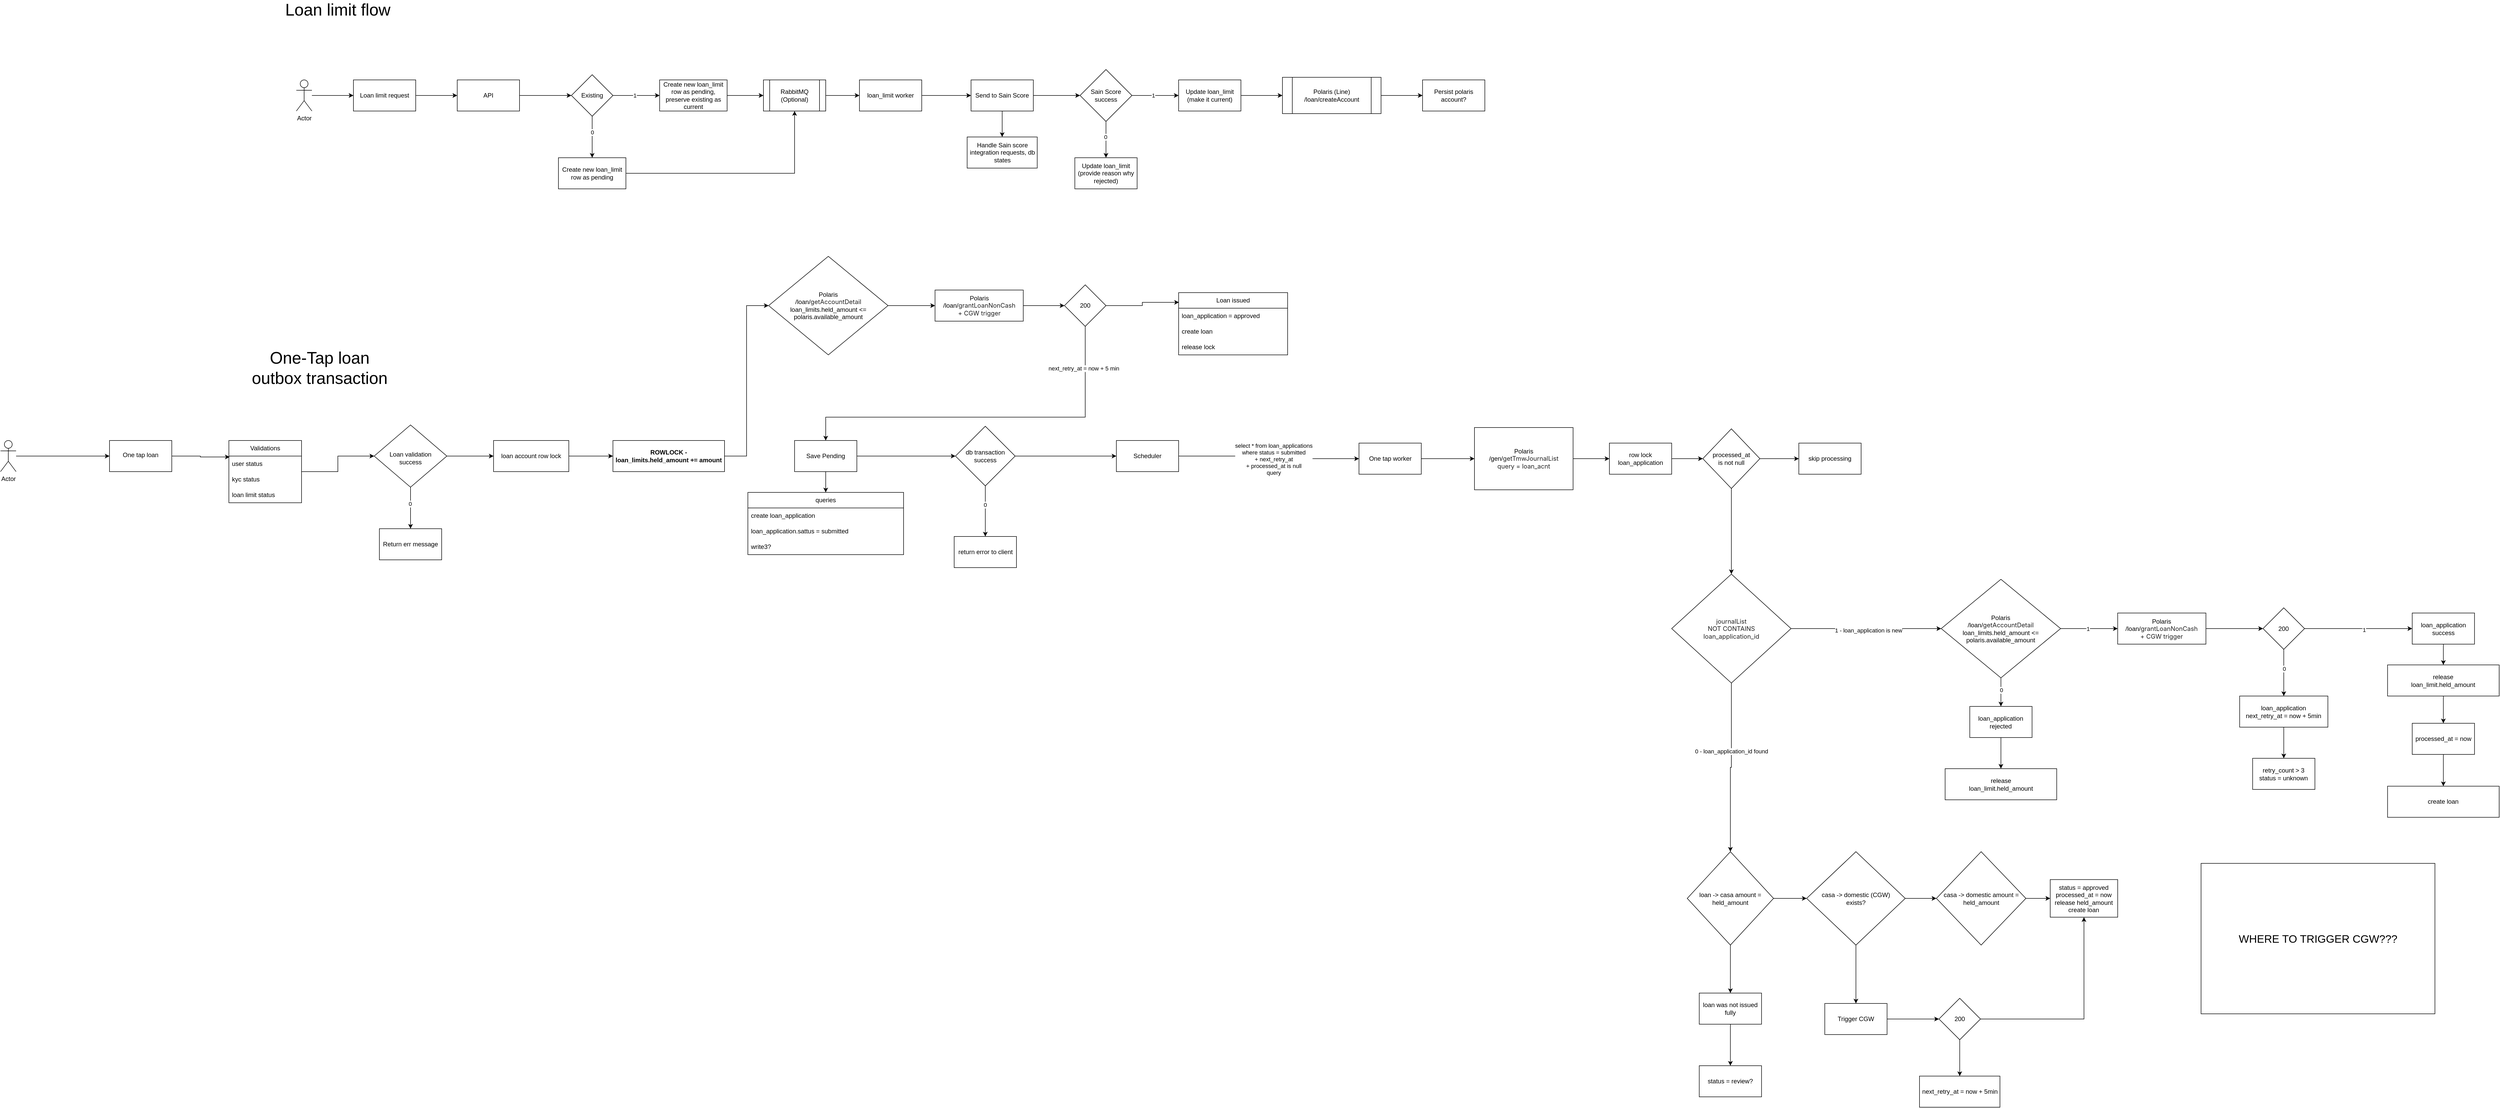
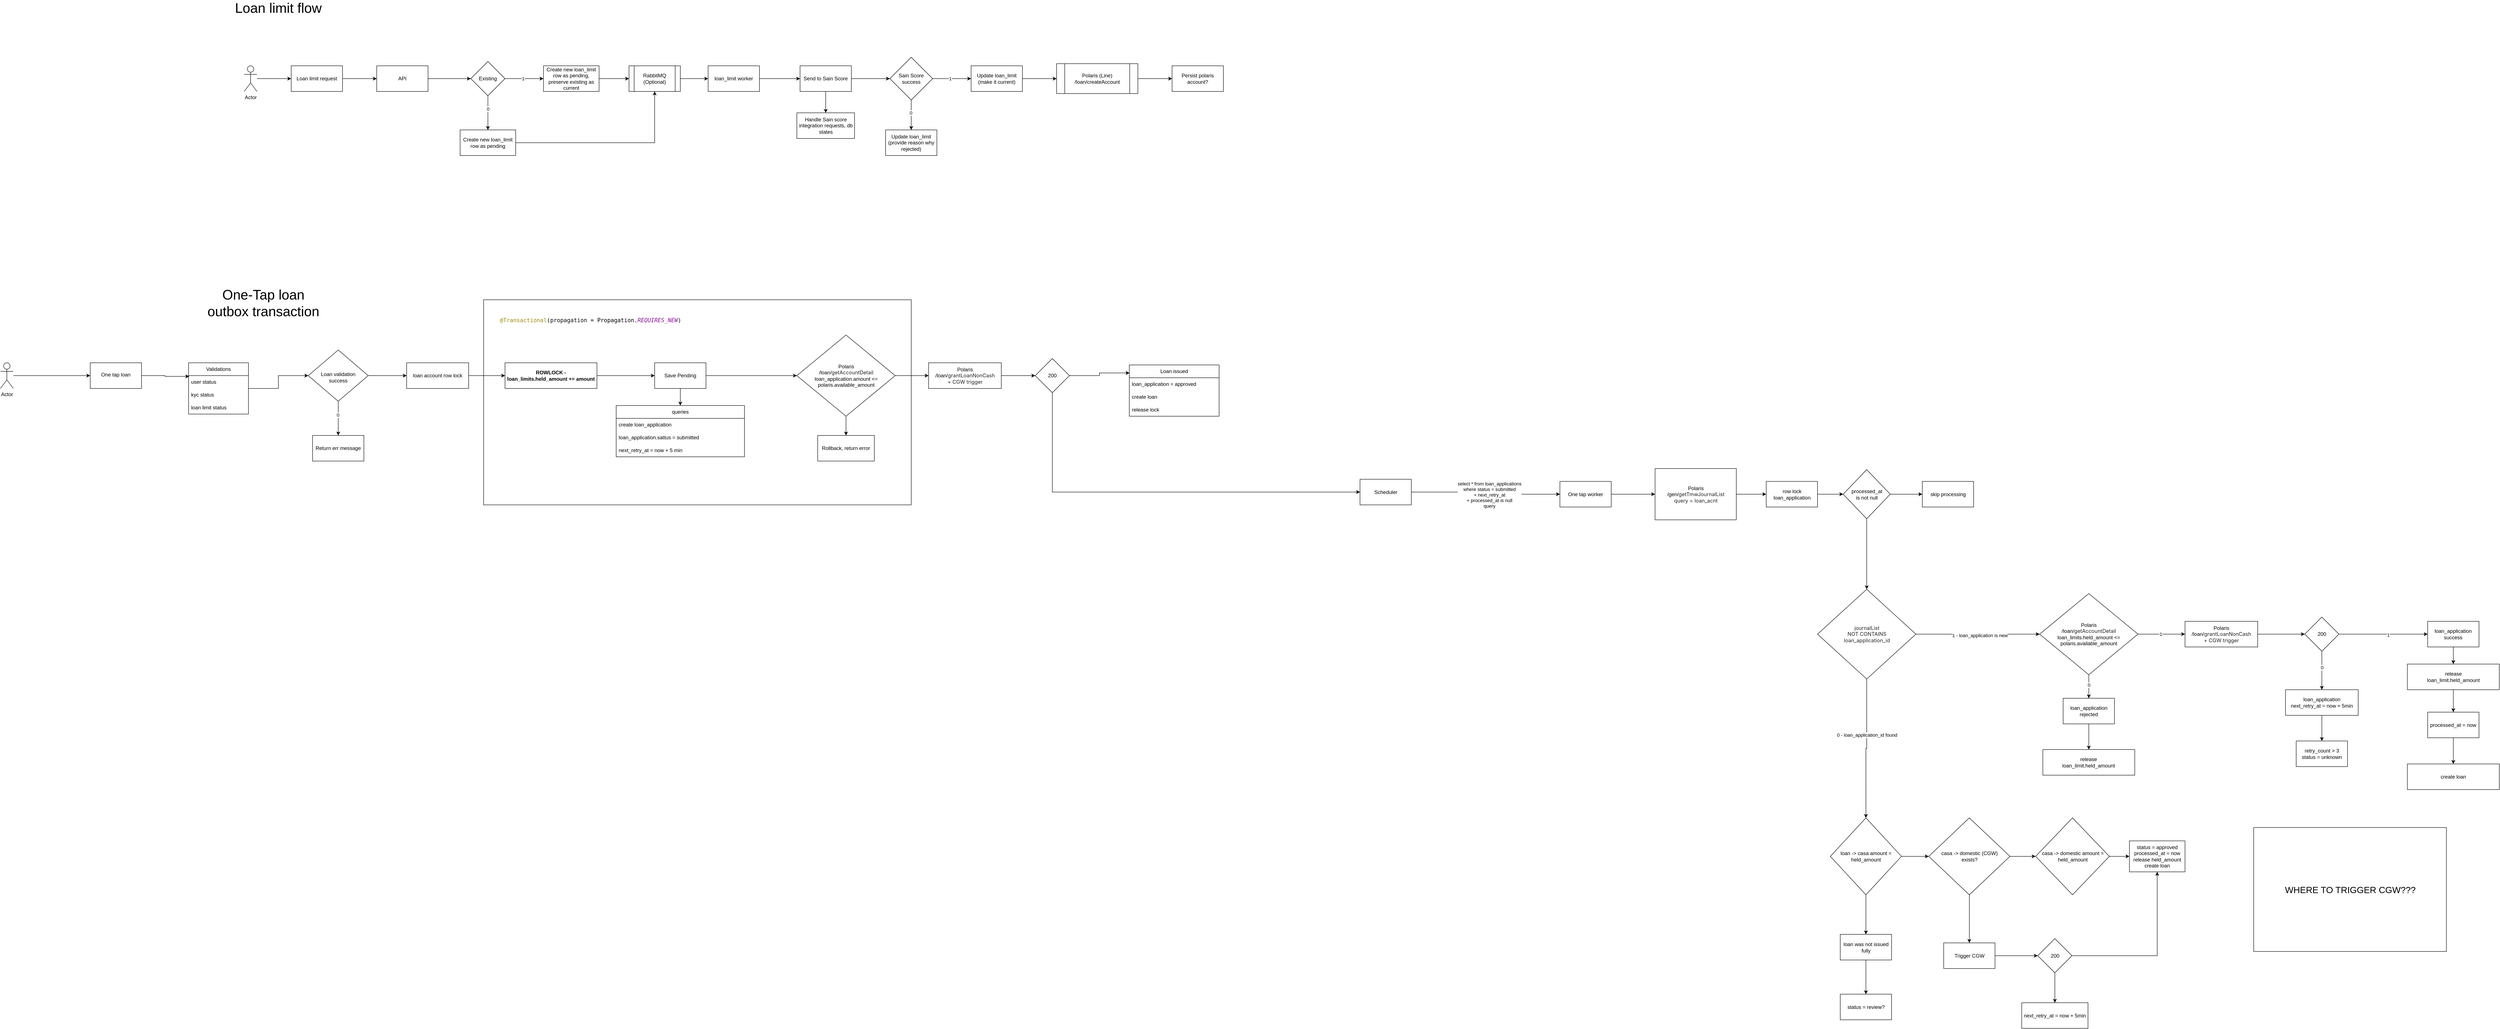
<mxfile host="app.diagrams.net">
  <diagram name="Page-1" id="VCBSuIh8bz7kurrQ0Zaz">
-     <mxGraphModel dx="2189" dy="783" grid="1" gridSize="10" guides="1" tooltips="1" connect="1" arrows="1" fold="1" page="1" pageScale="1" pageWidth="850" pageHeight="1100" math="0" shadow="0">
+     <mxGraphModel dx="2259" dy="824" grid="1" gridSize="10" guides="1" tooltips="1" connect="1" arrows="1" fold="1" page="1" pageScale="1" pageWidth="850" pageHeight="1100" math="0" shadow="0">
      <root>
        <mxCell id="0" />
        <mxCell id="1" parent="0" />
+         <mxCell id="In8fDh9ZLN2M87an2Miy-172" parent="1" style="rounded=0;whiteSpace=wrap;html=1;" value="" vertex="1">
+           <mxGeometry height="480" width="1000" x="600" y="757.5" as="geometry" />
+         </mxCell>
        <mxCell id="KqixbsF9o6dLofBvsG9t-5" edge="1" parent="1" source="KqixbsF9o6dLofBvsG9t-1" style="edgeStyle=orthogonalEdgeStyle;rounded=0;orthogonalLoop=1;jettySize=auto;html=1;" target="KqixbsF9o6dLofBvsG9t-4" value="">
          <mxGeometry relative="1" as="geometry" />
        </mxCell>
        <mxCell id="KqixbsF9o6dLofBvsG9t-1" parent="1" style="rounded=0;whiteSpace=wrap;html=1;" value="Loan limit request" vertex="1">
          <mxGeometry height="60" width="120" x="150" y="210" as="geometry" />
        </mxCell>
        <mxCell id="KqixbsF9o6dLofBvsG9t-3" edge="1" parent="1" source="KqixbsF9o6dLofBvsG9t-2" style="edgeStyle=orthogonalEdgeStyle;rounded=0;orthogonalLoop=1;jettySize=auto;html=1;" target="KqixbsF9o6dLofBvsG9t-1" value="">
          <mxGeometry relative="1" as="geometry" />
        </mxCell>
        <mxCell id="KqixbsF9o6dLofBvsG9t-2" parent="1" style="shape=umlActor;verticalLabelPosition=bottom;verticalAlign=top;html=1;outlineConnect=0;" value="Actor" vertex="1">
          <mxGeometry height="60" width="30" x="40" y="210" as="geometry" />
        </mxCell>
        <mxCell id="KqixbsF9o6dLofBvsG9t-9" edge="1" parent="1" source="KqixbsF9o6dLofBvsG9t-4" style="edgeStyle=orthogonalEdgeStyle;rounded=0;orthogonalLoop=1;jettySize=auto;html=1;" target="KqixbsF9o6dLofBvsG9t-8" value="">
          <mxGeometry relative="1" as="geometry" />
        </mxCell>
        <mxCell id="KqixbsF9o6dLofBvsG9t-4" parent="1" style="rounded=0;whiteSpace=wrap;html=1;" value="API" vertex="1">
          <mxGeometry height="60" width="120" x="350" y="210" as="geometry" />
        </mxCell>
        <mxCell id="KqixbsF9o6dLofBvsG9t-11" edge="1" parent="1" source="KqixbsF9o6dLofBvsG9t-8" style="edgeStyle=orthogonalEdgeStyle;rounded=0;orthogonalLoop=1;jettySize=auto;html=1;" target="KqixbsF9o6dLofBvsG9t-10" value="">
          <mxGeometry relative="1" as="geometry" />
        </mxCell>
        <mxCell id="KqixbsF9o6dLofBvsG9t-12" connectable="0" parent="KqixbsF9o6dLofBvsG9t-11" style="edgeLabel;html=1;align=center;verticalAlign=middle;resizable=0;points=[];" value="1" vertex="1">
          <mxGeometry relative="1" x="-0.079" as="geometry">
            <mxPoint as="offset" />
          </mxGeometry>
        </mxCell>
        <mxCell id="KqixbsF9o6dLofBvsG9t-14" edge="1" parent="1" source="KqixbsF9o6dLofBvsG9t-8" style="edgeStyle=orthogonalEdgeStyle;rounded=0;orthogonalLoop=1;jettySize=auto;html=1;" target="KqixbsF9o6dLofBvsG9t-13" value="">
          <mxGeometry relative="1" as="geometry" />
        </mxCell>
        <mxCell id="KqixbsF9o6dLofBvsG9t-15" connectable="0" parent="KqixbsF9o6dLofBvsG9t-14" style="edgeLabel;html=1;align=center;verticalAlign=middle;resizable=0;points=[];" value="0" vertex="1">
          <mxGeometry relative="1" x="-0.2407" as="geometry">
            <mxPoint as="offset" />
          </mxGeometry>
        </mxCell>
        <mxCell id="KqixbsF9o6dLofBvsG9t-8" parent="1" style="rhombus;whiteSpace=wrap;html=1;rounded=0;" value="Existing" vertex="1">
          <mxGeometry height="80" width="80" x="570" y="200" as="geometry" />
        </mxCell>
        <mxCell id="KqixbsF9o6dLofBvsG9t-23" edge="1" parent="1" source="KqixbsF9o6dLofBvsG9t-10" style="edgeStyle=orthogonalEdgeStyle;rounded=0;orthogonalLoop=1;jettySize=auto;html=1;" target="KqixbsF9o6dLofBvsG9t-22" value="">
          <mxGeometry relative="1" as="geometry" />
        </mxCell>
        <mxCell id="KqixbsF9o6dLofBvsG9t-10" parent="1" style="whiteSpace=wrap;html=1;rounded=0;" value="Create new loan_limit row as pending, preserve existing as current" vertex="1">
          <mxGeometry height="60" width="130" x="740" y="210" as="geometry" />
        </mxCell>
        <mxCell id="KqixbsF9o6dLofBvsG9t-26" edge="1" parent="1" source="KqixbsF9o6dLofBvsG9t-13" style="edgeStyle=orthogonalEdgeStyle;rounded=0;orthogonalLoop=1;jettySize=auto;html=1;entryX=0.5;entryY=1;entryDx=0;entryDy=0;" target="KqixbsF9o6dLofBvsG9t-22">
          <mxGeometry relative="1" as="geometry" />
        </mxCell>
        <mxCell id="KqixbsF9o6dLofBvsG9t-13" parent="1" style="whiteSpace=wrap;html=1;rounded=0;" value="Create new loan_limit row as pending" vertex="1">
          <mxGeometry height="60" width="130" x="545" y="360" as="geometry" />
        </mxCell>
        <mxCell id="KqixbsF9o6dLofBvsG9t-25" edge="1" parent="1" source="KqixbsF9o6dLofBvsG9t-22" style="edgeStyle=orthogonalEdgeStyle;rounded=0;orthogonalLoop=1;jettySize=auto;html=1;" target="KqixbsF9o6dLofBvsG9t-24" value="">
          <mxGeometry relative="1" as="geometry" />
        </mxCell>
        <mxCell id="KqixbsF9o6dLofBvsG9t-22" parent="1" style="shape=process;whiteSpace=wrap;html=1;backgroundOutline=1;rounded=0;" value="RabbitMQ (Optional)" vertex="1">
          <mxGeometry height="60" width="120" x="940" y="210" as="geometry" />
        </mxCell>
        <mxCell id="KqixbsF9o6dLofBvsG9t-28" edge="1" parent="1" source="KqixbsF9o6dLofBvsG9t-24" style="edgeStyle=orthogonalEdgeStyle;rounded=0;orthogonalLoop=1;jettySize=auto;html=1;" target="KqixbsF9o6dLofBvsG9t-27" value="">
          <mxGeometry relative="1" as="geometry" />
        </mxCell>
        <mxCell id="KqixbsF9o6dLofBvsG9t-24" parent="1" style="whiteSpace=wrap;html=1;rounded=0;" value="loan_limit worker" vertex="1">
          <mxGeometry height="60" width="120" x="1125" y="210" as="geometry" />
        </mxCell>
        <mxCell id="KqixbsF9o6dLofBvsG9t-30" edge="1" parent="1" source="KqixbsF9o6dLofBvsG9t-27" style="edgeStyle=orthogonalEdgeStyle;rounded=0;orthogonalLoop=1;jettySize=auto;html=1;" target="KqixbsF9o6dLofBvsG9t-29" value="">
          <mxGeometry relative="1" as="geometry" />
        </mxCell>
        <mxCell id="KqixbsF9o6dLofBvsG9t-38" edge="1" parent="1" source="KqixbsF9o6dLofBvsG9t-27" style="edgeStyle=orthogonalEdgeStyle;rounded=0;orthogonalLoop=1;jettySize=auto;html=1;" target="KqixbsF9o6dLofBvsG9t-37" value="">
          <mxGeometry relative="1" as="geometry" />
        </mxCell>
        <mxCell id="KqixbsF9o6dLofBvsG9t-27" parent="1" style="whiteSpace=wrap;html=1;rounded=0;" value="Send to Sain Score" vertex="1">
          <mxGeometry height="60" width="120" x="1340" y="210" as="geometry" />
        </mxCell>
        <mxCell id="KqixbsF9o6dLofBvsG9t-32" edge="1" parent="1" source="KqixbsF9o6dLofBvsG9t-29" style="edgeStyle=orthogonalEdgeStyle;rounded=0;orthogonalLoop=1;jettySize=auto;html=1;" target="KqixbsF9o6dLofBvsG9t-31" value="">
          <mxGeometry relative="1" as="geometry" />
        </mxCell>
        <mxCell id="KqixbsF9o6dLofBvsG9t-33" connectable="0" parent="KqixbsF9o6dLofBvsG9t-32" style="edgeLabel;html=1;align=center;verticalAlign=middle;resizable=0;points=[];" value="1" vertex="1">
          <mxGeometry relative="1" x="-0.1048" as="geometry">
            <mxPoint as="offset" />
          </mxGeometry>
        </mxCell>
        <mxCell id="KqixbsF9o6dLofBvsG9t-35" edge="1" parent="1" source="KqixbsF9o6dLofBvsG9t-29" style="edgeStyle=orthogonalEdgeStyle;rounded=0;orthogonalLoop=1;jettySize=auto;html=1;" target="KqixbsF9o6dLofBvsG9t-34" value="">
          <mxGeometry relative="1" as="geometry" />
        </mxCell>
        <mxCell id="KqixbsF9o6dLofBvsG9t-36" connectable="0" parent="KqixbsF9o6dLofBvsG9t-35" style="edgeLabel;html=1;align=center;verticalAlign=middle;resizable=0;points=[];" value="0" vertex="1">
          <mxGeometry relative="1" x="-0.1429" y="-1" as="geometry">
            <mxPoint as="offset" />
          </mxGeometry>
        </mxCell>
        <mxCell id="KqixbsF9o6dLofBvsG9t-29" parent="1" style="rhombus;whiteSpace=wrap;html=1;rounded=0;" value="Sain Score success" vertex="1">
          <mxGeometry height="100" width="100" x="1550" y="190" as="geometry" />
        </mxCell>
        <mxCell id="KqixbsF9o6dLofBvsG9t-66" edge="1" parent="1" source="KqixbsF9o6dLofBvsG9t-31" style="edgeStyle=orthogonalEdgeStyle;rounded=0;orthogonalLoop=1;jettySize=auto;html=1;" target="KqixbsF9o6dLofBvsG9t-65" value="">
          <mxGeometry relative="1" as="geometry" />
        </mxCell>
        <mxCell id="KqixbsF9o6dLofBvsG9t-31" parent="1" style="whiteSpace=wrap;html=1;rounded=0;" value="Update loan_limit (make it current)" vertex="1">
          <mxGeometry height="60" width="120" x="1740" y="210" as="geometry" />
        </mxCell>
        <mxCell id="KqixbsF9o6dLofBvsG9t-34" parent="1" style="whiteSpace=wrap;html=1;rounded=0;" value="Update loan_limit&lt;br&gt;(provide reason why rejected)" vertex="1">
          <mxGeometry height="60" width="120" x="1540" y="360" as="geometry" />
        </mxCell>
        <mxCell id="KqixbsF9o6dLofBvsG9t-37" parent="1" style="whiteSpace=wrap;html=1;rounded=0;" value="Handle Sain score integration requests, db states" vertex="1">
          <mxGeometry height="60" width="135" x="1332.5" y="320" as="geometry" />
        </mxCell>
        <mxCell id="KqixbsF9o6dLofBvsG9t-40" parent="1" style="text;html=1;whiteSpace=wrap;strokeColor=none;fillColor=none;align=center;verticalAlign=middle;rounded=0;fontSize=32;" value="Loan limit flow" vertex="1">
          <mxGeometry height="30" width="260" x="-10" y="60" as="geometry" />
        </mxCell>
        <mxCell id="KqixbsF9o6dLofBvsG9t-74" edge="1" parent="1" source="KqixbsF9o6dLofBvsG9t-65" style="edgeStyle=orthogonalEdgeStyle;rounded=0;orthogonalLoop=1;jettySize=auto;html=1;" target="KqixbsF9o6dLofBvsG9t-73" value="">
          <mxGeometry relative="1" as="geometry" />
        </mxCell>
        <mxCell id="KqixbsF9o6dLofBvsG9t-65" parent="1" style="shape=process;whiteSpace=wrap;html=1;backgroundOutline=1;rounded=0;" value="Polaris (Line)&lt;br&gt;/loan/createAccount" vertex="1">
          <mxGeometry height="70" width="190" x="1940" y="205" as="geometry" />
        </mxCell>
        <mxCell id="KqixbsF9o6dLofBvsG9t-73" parent="1" style="whiteSpace=wrap;html=1;rounded=0;" value="Persist polaris account?" vertex="1">
          <mxGeometry height="60" width="120" x="2210" y="210" as="geometry" />
        </mxCell>
        <mxCell id="U8Ajh8Gpa-m2DNKNFQys-1" parent="1" style="text;html=1;whiteSpace=wrap;strokeColor=none;fillColor=none;align=center;verticalAlign=middle;rounded=0;fontSize=32;" value="One-Tap loan&lt;br&gt;outbox transaction" vertex="1">
          <mxGeometry height="30" width="470" x="-150" y="750" as="geometry" />
        </mxCell>
        <mxCell id="In8fDh9ZLN2M87an2Miy-1" edge="1" parent="1" source="In8fDh9ZLN2M87an2Miy-2" style="edgeStyle=orthogonalEdgeStyle;rounded=0;orthogonalLoop=1;jettySize=auto;html=1;" target="In8fDh9ZLN2M87an2Miy-4" value="">
          <mxGeometry relative="1" as="geometry" />
        </mxCell>
        <mxCell id="In8fDh9ZLN2M87an2Miy-2" parent="1" style="shape=umlActor;verticalLabelPosition=bottom;verticalAlign=top;html=1;outlineConnect=0;" value="Actor" vertex="1">
          <mxGeometry height="60" width="30" x="-530" y="905" as="geometry" />
        </mxCell>
        <mxCell id="In8fDh9ZLN2M87an2Miy-3" edge="1" parent="1" source="In8fDh9ZLN2M87an2Miy-4" style="edgeStyle=orthogonalEdgeStyle;rounded=0;orthogonalLoop=1;jettySize=auto;html=1;entryX=0.011;entryY=0.06;entryDx=0;entryDy=0;entryPerimeter=0;" target="In8fDh9ZLN2M87an2Miy-28" value="">
          <mxGeometry relative="1" as="geometry">
            <mxPoint x="-110" y="935" as="targetPoint" />
          </mxGeometry>
        </mxCell>
        <mxCell id="In8fDh9ZLN2M87an2Miy-4" parent="1" style="whiteSpace=wrap;html=1;verticalAlign=top;" value="&lt;div&gt;&lt;br&gt;&lt;/div&gt;&lt;div&gt;One tap loan&lt;/div&gt;" vertex="1">
          <mxGeometry height="60" width="120" x="-320" y="905" as="geometry" />
        </mxCell>
        <mxCell id="In8fDh9ZLN2M87an2Miy-7" edge="1" parent="1" source="In8fDh9ZLN2M87an2Miy-9" style="edgeStyle=orthogonalEdgeStyle;rounded=0;orthogonalLoop=1;jettySize=auto;html=1;" target="In8fDh9ZLN2M87an2Miy-13" value="">
          <mxGeometry relative="1" as="geometry" />
        </mxCell>
        <mxCell id="In8fDh9ZLN2M87an2Miy-8" connectable="0" parent="In8fDh9ZLN2M87an2Miy-7" style="edgeLabel;html=1;align=center;verticalAlign=middle;resizable=0;points=[];" value="0" vertex="1">
          <mxGeometry relative="1" x="-0.2091" y="-1" as="geometry">
            <mxPoint as="offset" />
          </mxGeometry>
        </mxCell>
        <mxCell id="In8fDh9ZLN2M87an2Miy-163" edge="1" parent="1" source="In8fDh9ZLN2M87an2Miy-9" style="edgeStyle=orthogonalEdgeStyle;rounded=0;orthogonalLoop=1;jettySize=auto;html=1;entryX=0;entryY=0.5;entryDx=0;entryDy=0;" target="In8fDh9ZLN2M87an2Miy-161">
          <mxGeometry relative="1" as="geometry" />
        </mxCell>
        <mxCell id="In8fDh9ZLN2M87an2Miy-9" parent="1" style="rhombus;whiteSpace=wrap;html=1;verticalAlign=top;" value="&lt;br&gt;&lt;br&gt;&lt;div&gt;&lt;br&gt;&lt;/div&gt;&lt;div&gt;Loan validation&lt;br&gt;success&lt;/div&gt;" vertex="1">
          <mxGeometry height="120" width="140" x="190" y="875" as="geometry" />
        </mxCell>
        <mxCell id="In8fDh9ZLN2M87an2Miy-10" edge="1" parent="1" source="In8fDh9ZLN2M87an2Miy-12" style="edgeStyle=orthogonalEdgeStyle;rounded=0;orthogonalLoop=1;jettySize=auto;html=1;entryX=0.5;entryY=0;entryDx=0;entryDy=0;" target="In8fDh9ZLN2M87an2Miy-14">
          <mxGeometry relative="1" as="geometry" />
        </mxCell>
        <mxCell id="In8fDh9ZLN2M87an2Miy-54" edge="1" parent="1" source="In8fDh9ZLN2M87an2Miy-105" style="edgeStyle=orthogonalEdgeStyle;rounded=0;orthogonalLoop=1;jettySize=auto;html=1;exitX=1;exitY=0.5;exitDx=0;exitDy=0;" target="In8fDh9ZLN2M87an2Miy-53" value="">
          <mxGeometry relative="1" as="geometry">
-             <mxPoint x="1830" y="940" as="sourcePoint" />
+             <mxPoint x="2859.5" y="1212.5" as="sourcePoint" />
          </mxGeometry>
        </mxCell>
        <mxCell id="In8fDh9ZLN2M87an2Miy-55" connectable="0" parent="In8fDh9ZLN2M87an2Miy-54" style="edgeLabel;html=1;align=center;verticalAlign=middle;resizable=0;points=[];" value="select * from loan_applications&lt;br&gt;where status = submitted&lt;br&gt;+ next_retry_at&lt;br&gt;+ processed_at is null&lt;br&gt;query" vertex="1">
          <mxGeometry relative="1" x="0.0637" y="-1" as="geometry">
            <mxPoint as="offset" />
          </mxGeometry>
        </mxCell>
-         <mxCell id="In8fDh9ZLN2M87an2Miy-99" edge="1" parent="1" source="In8fDh9ZLN2M87an2Miy-12" style="edgeStyle=orthogonalEdgeStyle;rounded=0;orthogonalLoop=1;jettySize=auto;html=1;" target="In8fDh9ZLN2M87an2Miy-98" value="">
+         <mxCell id="In8fDh9ZLN2M87an2Miy-173" edge="1" parent="1" source="In8fDh9ZLN2M87an2Miy-12" style="edgeStyle=orthogonalEdgeStyle;rounded=0;orthogonalLoop=1;jettySize=auto;html=1;entryX=0;entryY=0.5;entryDx=0;entryDy=0;" target="In8fDh9ZLN2M87an2Miy-152">
          <mxGeometry relative="1" as="geometry" />
        </mxCell>
        <mxCell id="In8fDh9ZLN2M87an2Miy-12" parent="1" style="whiteSpace=wrap;html=1;verticalAlign=middle;" value="Save Pending" vertex="1">
          <mxGeometry height="60" width="120" x="1000" y="905" as="geometry" />
        </mxCell>
        <mxCell id="In8fDh9ZLN2M87an2Miy-13" parent="1" style="whiteSpace=wrap;html=1;verticalAlign=middle;" value="Return err message" vertex="1">
          <mxGeometry height="60" width="120" x="200" y="1075" as="geometry" />
        </mxCell>
        <mxCell id="In8fDh9ZLN2M87an2Miy-14" parent="1" style="swimlane;fontStyle=0;childLayout=stackLayout;horizontal=1;startSize=30;horizontalStack=0;resizeParent=1;resizeParentMax=0;resizeLast=0;collapsible=1;marginBottom=0;whiteSpace=wrap;html=1;" value="queries" vertex="1">
          <mxGeometry height="120" width="300" x="910" y="1005" as="geometry" />
        </mxCell>
        <mxCell id="In8fDh9ZLN2M87an2Miy-15" parent="In8fDh9ZLN2M87an2Miy-14" style="text;strokeColor=none;fillColor=none;align=left;verticalAlign=middle;spacingLeft=4;spacingRight=4;overflow=hidden;points=[[0,0.5],[1,0.5]];portConstraint=eastwest;rotatable=0;whiteSpace=wrap;html=1;" value="create loan_application" vertex="1">
          <mxGeometry height="30" width="300" y="30" as="geometry" />
        </mxCell>
        <mxCell id="In8fDh9ZLN2M87an2Miy-104" parent="In8fDh9ZLN2M87an2Miy-14" style="text;strokeColor=none;fillColor=none;align=left;verticalAlign=middle;spacingLeft=4;spacingRight=4;overflow=hidden;points=[[0,0.5],[1,0.5]];portConstraint=eastwest;rotatable=0;whiteSpace=wrap;html=1;" value="loan_application.sattus = submitted" vertex="1">
          <mxGeometry height="30" width="300" y="60" as="geometry" />
        </mxCell>
-         <mxCell id="In8fDh9ZLN2M87an2Miy-17" parent="In8fDh9ZLN2M87an2Miy-14" style="text;strokeColor=none;fillColor=none;align=left;verticalAlign=middle;spacingLeft=4;spacingRight=4;overflow=hidden;points=[[0,0.5],[1,0.5]];portConstraint=eastwest;rotatable=0;whiteSpace=wrap;html=1;" value="write3?" vertex="1">
+         <mxCell id="In8fDh9ZLN2M87an2Miy-17" parent="In8fDh9ZLN2M87an2Miy-14" style="text;strokeColor=none;fillColor=none;align=left;verticalAlign=middle;spacingLeft=4;spacingRight=4;overflow=hidden;points=[[0,0.5],[1,0.5]];portConstraint=eastwest;rotatable=0;whiteSpace=wrap;html=1;" value="next_retry_at = now + 5 min" vertex="1">
          <mxGeometry height="30" width="300" y="90" as="geometry" />
        </mxCell>
        <mxCell id="In8fDh9ZLN2M87an2Miy-32" edge="1" parent="1" source="In8fDh9ZLN2M87an2Miy-27" style="edgeStyle=orthogonalEdgeStyle;rounded=0;orthogonalLoop=1;jettySize=auto;html=1;entryX=0;entryY=0.5;entryDx=0;entryDy=0;" target="In8fDh9ZLN2M87an2Miy-9">
          <mxGeometry relative="1" as="geometry" />
        </mxCell>
        <mxCell id="In8fDh9ZLN2M87an2Miy-27" parent="1" style="swimlane;fontStyle=0;childLayout=stackLayout;horizontal=1;startSize=30;horizontalStack=0;resizeParent=1;resizeParentMax=0;resizeLast=0;collapsible=1;marginBottom=0;whiteSpace=wrap;html=1;" value="Validations" vertex="1">
          <mxGeometry height="120" width="140" x="-90" y="905" as="geometry" />
        </mxCell>
        <mxCell id="In8fDh9ZLN2M87an2Miy-28" parent="In8fDh9ZLN2M87an2Miy-27" style="text;strokeColor=none;fillColor=none;align=left;verticalAlign=middle;spacingLeft=4;spacingRight=4;overflow=hidden;points=[[0,0.5],[1,0.5]];portConstraint=eastwest;rotatable=0;whiteSpace=wrap;html=1;" value="user status" vertex="1">
          <mxGeometry height="30" width="140" y="30" as="geometry" />
        </mxCell>
        <mxCell id="In8fDh9ZLN2M87an2Miy-29" parent="In8fDh9ZLN2M87an2Miy-27" style="text;strokeColor=none;fillColor=none;align=left;verticalAlign=middle;spacingLeft=4;spacingRight=4;overflow=hidden;points=[[0,0.5],[1,0.5]];portConstraint=eastwest;rotatable=0;whiteSpace=wrap;html=1;" value="kyc status" vertex="1">
          <mxGeometry height="30" width="140" y="60" as="geometry" />
        </mxCell>
        <mxCell id="In8fDh9ZLN2M87an2Miy-33" parent="In8fDh9ZLN2M87an2Miy-27" style="text;strokeColor=none;fillColor=none;align=left;verticalAlign=middle;spacingLeft=4;spacingRight=4;overflow=hidden;points=[[0,0.5],[1,0.5]];portConstraint=eastwest;rotatable=0;whiteSpace=wrap;html=1;" value="loan limit status" vertex="1">
          <mxGeometry height="30" width="140" y="90" as="geometry" />
        </mxCell>
        <mxCell id="In8fDh9ZLN2M87an2Miy-116" edge="1" parent="1" source="In8fDh9ZLN2M87an2Miy-53" style="edgeStyle=orthogonalEdgeStyle;rounded=0;orthogonalLoop=1;jettySize=auto;html=1;entryX=0;entryY=0.5;entryDx=0;entryDy=0;" target="In8fDh9ZLN2M87an2Miy-68">
          <mxGeometry relative="1" as="geometry" />
        </mxCell>
        <mxCell id="In8fDh9ZLN2M87an2Miy-53" parent="1" style="whiteSpace=wrap;html=1;" value="One tap worker" vertex="1">
-           <mxGeometry height="60" width="120" x="2087.5" y="910" as="geometry" />
+           <mxGeometry height="60" width="120" x="3117" y="1182.5" as="geometry" />
        </mxCell>
        <mxCell id="In8fDh9ZLN2M87an2Miy-67" edge="1" parent="1" source="In8fDh9ZLN2M87an2Miy-58" style="edgeStyle=orthogonalEdgeStyle;rounded=0;orthogonalLoop=1;jettySize=auto;html=1;entryX=0;entryY=0.5;entryDx=0;entryDy=0;" target="In8fDh9ZLN2M87an2Miy-66" value="">
          <mxGeometry relative="1" as="geometry">
-             <mxPoint x="3844.37" y="1267.5" as="targetPoint" />
+             <mxPoint x="4873.87" y="1540" as="targetPoint" />
          </mxGeometry>
        </mxCell>
        <mxCell id="In8fDh9ZLN2M87an2Miy-58" parent="1" style="whiteSpace=wrap;html=1;" value="Polaris /loan/&lt;span style=&quot;color: rgb(33, 33, 33); font-family: Inter, system-ui, -apple-system, &amp;quot;system-ui&amp;quot;, &amp;quot;Segoe UI&amp;quot;, Roboto, Oxygen, Ubuntu, Cantarell, &amp;quot;Fira Sans&amp;quot;, &amp;quot;Droid Sans&amp;quot;, Helvetica, Arial, sans-serif; text-align: left; white-space: pre-wrap; background-color: rgb(255, 255, 255);&quot;&gt;grantLoanNonCash&lt;br/&gt;+ CGW trigger&lt;/span&gt;" vertex="1">
-           <mxGeometry height="60" width="170" x="3549.37" y="1237.5" as="geometry" />
+           <mxGeometry height="60" width="170" x="4578.87" y="1510" as="geometry" />
        </mxCell>
        <mxCell id="In8fDh9ZLN2M87an2Miy-62" edge="1" parent="1" source="In8fDh9ZLN2M87an2Miy-59" style="edgeStyle=orthogonalEdgeStyle;rounded=0;orthogonalLoop=1;jettySize=auto;html=1;" target="In8fDh9ZLN2M87an2Miy-61" value="">
          <mxGeometry relative="1" as="geometry" />
        </mxCell>
        <mxCell id="In8fDh9ZLN2M87an2Miy-91" connectable="0" parent="In8fDh9ZLN2M87an2Miy-62" style="edgeLabel;html=1;align=center;verticalAlign=middle;resizable=0;points=[];" value="0" vertex="1">
          <mxGeometry relative="1" x="-0.1431" as="geometry">
            <mxPoint as="offset" />
          </mxGeometry>
        </mxCell>
        <mxCell id="In8fDh9ZLN2M87an2Miy-65" edge="1" parent="1" source="In8fDh9ZLN2M87an2Miy-59" style="edgeStyle=orthogonalEdgeStyle;rounded=0;orthogonalLoop=1;jettySize=auto;html=1;" target="In8fDh9ZLN2M87an2Miy-58">
          <mxGeometry relative="1" as="geometry" />
        </mxCell>
        <mxCell id="In8fDh9ZLN2M87an2Miy-90" connectable="0" parent="In8fDh9ZLN2M87an2Miy-65" style="edgeLabel;html=1;align=center;verticalAlign=middle;resizable=0;points=[];" value="1" vertex="1">
          <mxGeometry relative="1" x="-0.0451" as="geometry">
            <mxPoint as="offset" />
          </mxGeometry>
        </mxCell>
        <mxCell id="In8fDh9ZLN2M87an2Miy-59" parent="1" style="rhombus;whiteSpace=wrap;html=1;" value="Polaris&lt;br&gt;/loan/&lt;span style=&quot;color: rgb(33, 33, 33); font-family: Inter, system-ui, -apple-system, &amp;quot;system-ui&amp;quot;, &amp;quot;Segoe UI&amp;quot;, Roboto, Oxygen, Ubuntu, Cantarell, &amp;quot;Fira Sans&amp;quot;, &amp;quot;Droid Sans&amp;quot;, Helvetica, Arial, sans-serif; text-align: left; white-space: pre-wrap; background-color: rgb(255, 255, 255);&quot;&gt;getAccountDetail&lt;/span&gt;&lt;br&gt;loan_limits.held_amount &amp;lt;= polaris.available_amount" vertex="1">
-           <mxGeometry height="190" width="230" x="3209.37" y="1172.5" as="geometry" />
+           <mxGeometry height="190" width="230" x="4238.87" y="1445" as="geometry" />
        </mxCell>
        <mxCell id="In8fDh9ZLN2M87an2Miy-64" edge="1" parent="1" source="In8fDh9ZLN2M87an2Miy-61" style="edgeStyle=orthogonalEdgeStyle;rounded=0;orthogonalLoop=1;jettySize=auto;html=1;" target="In8fDh9ZLN2M87an2Miy-63" value="">
          <mxGeometry relative="1" as="geometry" />
        </mxCell>
        <mxCell id="In8fDh9ZLN2M87an2Miy-61" parent="1" style="whiteSpace=wrap;html=1;" value="loan_application&lt;br&gt;rejected" vertex="1">
-           <mxGeometry height="60" width="120" x="3264.37" y="1417.5" as="geometry" />
+           <mxGeometry height="60" width="120" x="4293.87" y="1690" as="geometry" />
        </mxCell>
        <mxCell id="In8fDh9ZLN2M87an2Miy-63" parent="1" style="whiteSpace=wrap;html=1;" value="release &lt;br&gt;loan_limit.held_amount" vertex="1">
-           <mxGeometry height="60" width="215" x="3216.87" y="1537.5" as="geometry" />
+           <mxGeometry height="60" width="215" x="4246.37" y="1810" as="geometry" />
        </mxCell>
        <mxCell id="In8fDh9ZLN2M87an2Miy-81" edge="1" parent="1" source="In8fDh9ZLN2M87an2Miy-66" style="edgeStyle=orthogonalEdgeStyle;rounded=0;orthogonalLoop=1;jettySize=auto;html=1;entryX=0;entryY=0.5;entryDx=0;entryDy=0;" target="In8fDh9ZLN2M87an2Miy-79">
          <mxGeometry relative="1" as="geometry" />
        </mxCell>
        <mxCell id="In8fDh9ZLN2M87an2Miy-92" connectable="0" parent="In8fDh9ZLN2M87an2Miy-81" style="edgeLabel;html=1;align=center;verticalAlign=middle;resizable=0;points=[];" value="1" vertex="1">
          <mxGeometry relative="1" x="0.1055" y="-2" as="geometry">
            <mxPoint as="offset" />
          </mxGeometry>
        </mxCell>
        <mxCell id="In8fDh9ZLN2M87an2Miy-83" edge="1" parent="1" source="In8fDh9ZLN2M87an2Miy-66" style="edgeStyle=orthogonalEdgeStyle;rounded=0;orthogonalLoop=1;jettySize=auto;html=1;" target="In8fDh9ZLN2M87an2Miy-82" value="">
          <mxGeometry relative="1" as="geometry" />
        </mxCell>
        <mxCell id="In8fDh9ZLN2M87an2Miy-93" connectable="0" parent="In8fDh9ZLN2M87an2Miy-83" style="edgeLabel;html=1;align=center;verticalAlign=middle;resizable=0;points=[];" value="0" vertex="1">
          <mxGeometry relative="1" x="-0.1623" as="geometry">
            <mxPoint as="offset" />
          </mxGeometry>
        </mxCell>
        <mxCell id="In8fDh9ZLN2M87an2Miy-66" parent="1" style="rhombus;whiteSpace=wrap;html=1;" value="200" vertex="1">
-           <mxGeometry height="80" width="80" x="3829.37" y="1227.5" as="geometry" />
+           <mxGeometry height="80" width="80" x="4858.87" y="1500" as="geometry" />
        </mxCell>
        <mxCell id="In8fDh9ZLN2M87an2Miy-119" edge="1" parent="1" source="In8fDh9ZLN2M87an2Miy-68" style="edgeStyle=orthogonalEdgeStyle;rounded=0;orthogonalLoop=1;jettySize=auto;html=1;" target="In8fDh9ZLN2M87an2Miy-118" value="">
          <mxGeometry relative="1" as="geometry" />
        </mxCell>
        <mxCell id="In8fDh9ZLN2M87an2Miy-68" parent="1" style="whiteSpace=wrap;html=1;" value="Polaris&lt;br&gt;/gen/&lt;span style=&quot;white-space: pre-wrap; color: rgb(33, 33, 33); font-family: Inter, system-ui, -apple-system, &amp;quot;system-ui&amp;quot;, &amp;quot;Segoe UI&amp;quot;, Roboto, Oxygen, Ubuntu, Cantarell, &amp;quot;Fira Sans&amp;quot;, &amp;quot;Droid Sans&amp;quot;, Helvetica, Arial, sans-serif; text-align: left; background-color: rgb(255, 255, 255);&quot;&gt;getTmwJournalList&lt;br&gt;query = loan_acnt&lt;/span&gt;" vertex="1">
-           <mxGeometry height="120" width="190" x="2310" y="880" as="geometry" />
+           <mxGeometry height="120" width="190" x="3339.5" y="1152.5" as="geometry" />
        </mxCell>
        <mxCell id="In8fDh9ZLN2M87an2Miy-71" edge="1" parent="1" source="In8fDh9ZLN2M87an2Miy-69" style="edgeStyle=orthogonalEdgeStyle;rounded=0;orthogonalLoop=1;jettySize=auto;html=1;entryX=0;entryY=0.5;entryDx=0;entryDy=0;" target="In8fDh9ZLN2M87an2Miy-59">
          <mxGeometry relative="1" as="geometry" />
        </mxCell>
        <mxCell id="In8fDh9ZLN2M87an2Miy-77" connectable="0" parent="In8fDh9ZLN2M87an2Miy-71" style="edgeLabel;html=1;align=center;verticalAlign=middle;resizable=0;points=[];" value="1 - loan_application is new" vertex="1">
          <mxGeometry relative="1" x="0.0312" y="-3" as="geometry">
            <mxPoint as="offset" />
          </mxGeometry>
        </mxCell>
        <mxCell id="In8fDh9ZLN2M87an2Miy-73" edge="1" parent="1" source="In8fDh9ZLN2M87an2Miy-69" style="edgeStyle=orthogonalEdgeStyle;rounded=0;orthogonalLoop=1;jettySize=auto;html=1;entryX=0.5;entryY=0;entryDx=0;entryDy=0;" target="In8fDh9ZLN2M87an2Miy-111" value="">
          <mxGeometry relative="1" as="geometry">
-             <mxPoint x="2804.37" y="1467.5" as="targetPoint" />
+             <mxPoint x="3833.87" y="1740" as="targetPoint" />
          </mxGeometry>
        </mxCell>
        <mxCell id="In8fDh9ZLN2M87an2Miy-74" connectable="0" parent="In8fDh9ZLN2M87an2Miy-73" style="edgeLabel;html=1;align=center;verticalAlign=middle;resizable=0;points=[];" value="0 - loan_application_id found" vertex="1">
          <mxGeometry relative="1" x="-0.1975" as="geometry">
            <mxPoint as="offset" />
          </mxGeometry>
        </mxCell>
        <mxCell id="In8fDh9ZLN2M87an2Miy-69" parent="1" style="rhombus;whiteSpace=wrap;html=1;verticalAlign=middle;" value="&lt;div style=&quot;text-align: center;&quot;&gt;&lt;span style=&quot;background-color: light-dark(rgb(255, 255, 255), rgb(18, 18, 18)); color: light-dark(rgb(33, 33, 33), rgb(209, 209, 209)); font-family: Inter, system-ui, -apple-system, &amp;quot;system-ui&amp;quot;, &amp;quot;Segoe UI&amp;quot;, Roboto, Oxygen, Ubuntu, Cantarell, &amp;quot;Fira Sans&amp;quot;, &amp;quot;Droid Sans&amp;quot;, Helvetica, Arial, sans-serif; text-align: left; white-space: pre-wrap;&quot;&gt;journalList&lt;br&gt;NOT CONTAINS&lt;/span&gt;&lt;/div&gt;&lt;span style=&quot;white-space: pre-wrap; color: rgb(33, 33, 33); font-family: Inter, system-ui, -apple-system, &amp;quot;system-ui&amp;quot;, &amp;quot;Segoe UI&amp;quot;, Roboto, Oxygen, Ubuntu, Cantarell, &amp;quot;Fira Sans&amp;quot;, &amp;quot;Droid Sans&amp;quot;, Helvetica, Arial, sans-serif; text-align: left; background-color: rgb(255, 255, 255);&quot;&gt;loan_application_id&lt;/span&gt;" vertex="1">
-           <mxGeometry height="210" width="230" x="2690" y="1162.5" as="geometry" />
+           <mxGeometry height="210" width="230" x="3719.5" y="1435" as="geometry" />
        </mxCell>
        <mxCell id="In8fDh9ZLN2M87an2Miy-78" edge="1" parent="1" source="In8fDh9ZLN2M87an2Miy-79" style="edgeStyle=orthogonalEdgeStyle;rounded=0;orthogonalLoop=1;jettySize=auto;html=1;" target="In8fDh9ZLN2M87an2Miy-80" value="">
          <mxGeometry relative="1" as="geometry" />
        </mxCell>
        <mxCell id="In8fDh9ZLN2M87an2Miy-79" parent="1" style="whiteSpace=wrap;html=1;" value="loan_application&lt;br&gt;success" vertex="1">
-           <mxGeometry height="60" width="120" x="4116.87" y="1237.5" as="geometry" />
+           <mxGeometry height="60" width="120" x="5146.37" y="1510" as="geometry" />
        </mxCell>
        <mxCell id="In8fDh9ZLN2M87an2Miy-132" edge="1" parent="1" source="In8fDh9ZLN2M87an2Miy-80" style="edgeStyle=orthogonalEdgeStyle;rounded=0;orthogonalLoop=1;jettySize=auto;html=1;" target="In8fDh9ZLN2M87an2Miy-131" value="">
          <mxGeometry relative="1" as="geometry" />
        </mxCell>
        <mxCell id="In8fDh9ZLN2M87an2Miy-80" parent="1" style="whiteSpace=wrap;html=1;" value="release &lt;br&gt;loan_limit.held_amount" vertex="1">
-           <mxGeometry height="60" width="215" x="4069.37" y="1337.5" as="geometry" />
+           <mxGeometry height="60" width="215" x="5098.87" y="1610" as="geometry" />
        </mxCell>
        <mxCell id="In8fDh9ZLN2M87an2Miy-95" edge="1" parent="1" source="In8fDh9ZLN2M87an2Miy-82" style="edgeStyle=orthogonalEdgeStyle;rounded=0;orthogonalLoop=1;jettySize=auto;html=1;" target="In8fDh9ZLN2M87an2Miy-94" value="">
          <mxGeometry relative="1" as="geometry" />
        </mxCell>
        <mxCell id="In8fDh9ZLN2M87an2Miy-82" parent="1" style="whiteSpace=wrap;html=1;" value="loan_application&lt;br&gt;next_retry_at = now + 5min" vertex="1">
-           <mxGeometry height="60" width="170" x="3784.37" y="1397.5" as="geometry" />
+           <mxGeometry height="60" width="170" x="4813.87" y="1670" as="geometry" />
        </mxCell>
        <mxCell id="In8fDh9ZLN2M87an2Miy-88" parent="1" style="whiteSpace=wrap;html=1;" value="create loan" vertex="1">
-           <mxGeometry height="60" width="215" x="4069.37" y="1571.25" as="geometry" />
+           <mxGeometry height="60" width="215" x="5098.87" y="1843.75" as="geometry" />
        </mxCell>
        <mxCell id="In8fDh9ZLN2M87an2Miy-94" parent="1" style="whiteSpace=wrap;html=1;" value="retry_count &amp;gt; 3&lt;br&gt;status = unknown" vertex="1">
-           <mxGeometry height="60" width="120" x="3809.37" y="1517.5" as="geometry" />
-         </mxCell>
-         <mxCell id="In8fDh9ZLN2M87an2Miy-101" edge="1" parent="1" source="In8fDh9ZLN2M87an2Miy-98" style="edgeStyle=orthogonalEdgeStyle;rounded=0;orthogonalLoop=1;jettySize=auto;html=1;" target="In8fDh9ZLN2M87an2Miy-100" value="">
-           <mxGeometry relative="1" as="geometry" />
-         </mxCell>
-         <mxCell id="In8fDh9ZLN2M87an2Miy-103" connectable="0" parent="In8fDh9ZLN2M87an2Miy-101" style="edgeLabel;html=1;align=center;verticalAlign=middle;resizable=0;points=[];" value="0" vertex="1">
-           <mxGeometry relative="1" x="-0.2536" y="-1" as="geometry">
-             <mxPoint as="offset" />
-           </mxGeometry>
-         </mxCell>
-         <mxCell id="In8fDh9ZLN2M87an2Miy-106" edge="1" parent="1" source="In8fDh9ZLN2M87an2Miy-98" style="edgeStyle=orthogonalEdgeStyle;rounded=0;orthogonalLoop=1;jettySize=auto;html=1;entryX=0;entryY=0.5;entryDx=0;entryDy=0;" target="In8fDh9ZLN2M87an2Miy-105">
-           <mxGeometry relative="1" as="geometry" />
-         </mxCell>
-         <mxCell id="In8fDh9ZLN2M87an2Miy-98" parent="1" style="rhombus;whiteSpace=wrap;html=1;" value="db transaction success" vertex="1">
-           <mxGeometry height="115" width="115" x="1310" y="877.5" as="geometry" />
-         </mxCell>
-         <mxCell id="In8fDh9ZLN2M87an2Miy-100" parent="1" style="whiteSpace=wrap;html=1;" value="return error to client" vertex="1">
-           <mxGeometry height="60" width="120" x="1307.5" y="1090" as="geometry" />
+           <mxGeometry height="60" width="120" x="4838.87" y="1790" as="geometry" />
        </mxCell>
        <mxCell id="In8fDh9ZLN2M87an2Miy-105" parent="1" style="rounded=0;whiteSpace=wrap;html=1;" value="Scheduler" vertex="1">
-           <mxGeometry height="60" width="120" x="1620" y="905" as="geometry" />
+           <mxGeometry height="60" width="120" x="2649.5" y="1177.5" as="geometry" />
        </mxCell>
        <mxCell id="In8fDh9ZLN2M87an2Miy-127" edge="1" parent="1" source="In8fDh9ZLN2M87an2Miy-111" style="edgeStyle=orthogonalEdgeStyle;rounded=0;orthogonalLoop=1;jettySize=auto;html=1;" target="In8fDh9ZLN2M87an2Miy-126" value="">
          <mxGeometry relative="1" as="geometry" />
        </mxCell>
        <mxCell id="In8fDh9ZLN2M87an2Miy-135" edge="1" parent="1" source="In8fDh9ZLN2M87an2Miy-111" style="edgeStyle=orthogonalEdgeStyle;rounded=0;orthogonalLoop=1;jettySize=auto;html=1;entryX=0;entryY=0.5;entryDx=0;entryDy=0;" target="In8fDh9ZLN2M87an2Miy-134">
          <mxGeometry relative="1" as="geometry" />
        </mxCell>
        <mxCell id="In8fDh9ZLN2M87an2Miy-111" parent="1" style="rhombus;whiteSpace=wrap;html=1;" value="loan -&amp;gt; casa amount = held_amount" vertex="1">
-           <mxGeometry height="180" width="166.25" x="2720" y="1697.5" as="geometry" />
+           <mxGeometry height="180" width="166.25" x="3749.5" y="1970" as="geometry" />
        </mxCell>
        <mxCell id="In8fDh9ZLN2M87an2Miy-113" parent="1" style="whiteSpace=wrap;html=1;" value="status = approved&lt;br&gt;processed_at = now&lt;br&gt;release held_amount&lt;br&gt;create loan" vertex="1">
-           <mxGeometry height="72.5" width="130" x="3419.37" y="1751.25" as="geometry" />
+           <mxGeometry height="72.5" width="130" x="4448.87" y="2023.75" as="geometry" />
        </mxCell>
        <mxCell id="In8fDh9ZLN2M87an2Miy-122" edge="1" parent="1" source="In8fDh9ZLN2M87an2Miy-118" style="edgeStyle=orthogonalEdgeStyle;rounded=0;orthogonalLoop=1;jettySize=auto;html=1;" target="In8fDh9ZLN2M87an2Miy-121" value="">
          <mxGeometry relative="1" as="geometry" />
        </mxCell>
        <mxCell id="In8fDh9ZLN2M87an2Miy-118" parent="1" style="whiteSpace=wrap;html=1;" value="row lock&lt;br&gt;loan_application" vertex="1">
-           <mxGeometry height="60" width="120" x="2570" y="910" as="geometry" />
+           <mxGeometry height="60" width="120" x="3599.5" y="1182.5" as="geometry" />
        </mxCell>
        <mxCell id="In8fDh9ZLN2M87an2Miy-124" edge="1" parent="1" source="In8fDh9ZLN2M87an2Miy-121" style="edgeStyle=orthogonalEdgeStyle;rounded=0;orthogonalLoop=1;jettySize=auto;html=1;" target="In8fDh9ZLN2M87an2Miy-123" value="">
          <mxGeometry relative="1" as="geometry" />
        </mxCell>
        <mxCell id="In8fDh9ZLN2M87an2Miy-125" edge="1" parent="1" source="In8fDh9ZLN2M87an2Miy-121" style="edgeStyle=orthogonalEdgeStyle;rounded=0;orthogonalLoop=1;jettySize=auto;html=1;entryX=0.5;entryY=0;entryDx=0;entryDy=0;" target="In8fDh9ZLN2M87an2Miy-69">
          <mxGeometry relative="1" as="geometry" />
        </mxCell>
        <mxCell id="In8fDh9ZLN2M87an2Miy-121" parent="1" style="rhombus;whiteSpace=wrap;html=1;" value="processed_at &lt;br&gt;is not null" vertex="1">
-           <mxGeometry height="115" width="110" x="2750" y="882.5" as="geometry" />
+           <mxGeometry height="115" width="110" x="3779.5" y="1155" as="geometry" />
        </mxCell>
        <mxCell id="In8fDh9ZLN2M87an2Miy-123" parent="1" style="whiteSpace=wrap;html=1;" value="skip processing" vertex="1">
-           <mxGeometry height="60" width="120" x="2935" y="910" as="geometry" />
+           <mxGeometry height="60" width="120" x="3964.5" y="1182.5" as="geometry" />
        </mxCell>
        <mxCell id="In8fDh9ZLN2M87an2Miy-129" edge="1" parent="1" source="In8fDh9ZLN2M87an2Miy-126" style="edgeStyle=orthogonalEdgeStyle;rounded=0;orthogonalLoop=1;jettySize=auto;html=1;" target="In8fDh9ZLN2M87an2Miy-128" value="">
          <mxGeometry relative="1" as="geometry" />
        </mxCell>
        <mxCell id="In8fDh9ZLN2M87an2Miy-126" parent="1" style="whiteSpace=wrap;html=1;" value="loan was not issued fully" vertex="1">
-           <mxGeometry height="60" width="120" x="2743.125" y="1970" as="geometry" />
+           <mxGeometry height="60" width="120" x="3772.625" y="2242.5" as="geometry" />
        </mxCell>
        <mxCell id="In8fDh9ZLN2M87an2Miy-128" parent="1" style="whiteSpace=wrap;html=1;" value="status = review?" vertex="1">
-           <mxGeometry height="60" width="120" x="2743.125" y="2110" as="geometry" />
+           <mxGeometry height="60" width="120" x="3772.625" y="2382.5" as="geometry" />
        </mxCell>
        <mxCell id="In8fDh9ZLN2M87an2Miy-130" parent="1" style="rounded=0;whiteSpace=wrap;html=1;fontSize=21;" value="WHERE TO TRIGGER CGW???" vertex="1">
-           <mxGeometry height="290" width="450.63" x="3710" y="1720" as="geometry" />
+           <mxGeometry height="290" width="450.63" x="4739.5" y="1992.5" as="geometry" />
        </mxCell>
        <mxCell id="In8fDh9ZLN2M87an2Miy-133" edge="1" parent="1" source="In8fDh9ZLN2M87an2Miy-131" style="edgeStyle=orthogonalEdgeStyle;rounded=0;orthogonalLoop=1;jettySize=auto;html=1;" target="In8fDh9ZLN2M87an2Miy-88" value="">
          <mxGeometry relative="1" as="geometry" />
        </mxCell>
        <mxCell id="In8fDh9ZLN2M87an2Miy-131" parent="1" style="whiteSpace=wrap;html=1;" value="processed_at = now" vertex="1">
-           <mxGeometry height="60" width="120" x="4116.87" y="1450" as="geometry" />
+           <mxGeometry height="60" width="120" x="5146.37" y="1722.5" as="geometry" />
        </mxCell>
        <mxCell id="In8fDh9ZLN2M87an2Miy-141" edge="1" parent="1" source="In8fDh9ZLN2M87an2Miy-134" style="edgeStyle=orthogonalEdgeStyle;rounded=0;orthogonalLoop=1;jettySize=auto;html=1;entryX=0;entryY=0.5;entryDx=0;entryDy=0;" target="In8fDh9ZLN2M87an2Miy-139">
          <mxGeometry relative="1" as="geometry" />
        </mxCell>
        <mxCell id="In8fDh9ZLN2M87an2Miy-145" edge="1" parent="1" source="In8fDh9ZLN2M87an2Miy-134" style="edgeStyle=orthogonalEdgeStyle;rounded=0;orthogonalLoop=1;jettySize=auto;html=1;" target="In8fDh9ZLN2M87an2Miy-144" value="">
          <mxGeometry relative="1" as="geometry" />
        </mxCell>
        <mxCell id="In8fDh9ZLN2M87an2Miy-134" parent="1" style="rhombus;whiteSpace=wrap;html=1;" value="casa -&amp;gt; domestic (CGW)&lt;br&gt;exists?" vertex="1">
-           <mxGeometry height="180" width="190" x="2950" y="1697.5" as="geometry" />
+           <mxGeometry height="180" width="190" x="3979.5" y="1970" as="geometry" />
        </mxCell>
        <mxCell id="In8fDh9ZLN2M87an2Miy-142" edge="1" parent="1" source="In8fDh9ZLN2M87an2Miy-139" style="edgeStyle=orthogonalEdgeStyle;rounded=0;orthogonalLoop=1;jettySize=auto;html=1;entryX=0;entryY=0.5;entryDx=0;entryDy=0;" target="In8fDh9ZLN2M87an2Miy-113">
          <mxGeometry relative="1" as="geometry" />
        </mxCell>
        <mxCell id="In8fDh9ZLN2M87an2Miy-139" parent="1" style="rhombus;whiteSpace=wrap;html=1;" value="casa -&amp;gt; domestic amount = held_amount" vertex="1">
-           <mxGeometry height="180" width="172.5" x="3200" y="1697.5" as="geometry" />
+           <mxGeometry height="180" width="172.5" x="4229.5" y="1970" as="geometry" />
        </mxCell>
        <mxCell id="In8fDh9ZLN2M87an2Miy-147" edge="1" parent="1" source="In8fDh9ZLN2M87an2Miy-144" style="edgeStyle=orthogonalEdgeStyle;rounded=0;orthogonalLoop=1;jettySize=auto;html=1;" target="In8fDh9ZLN2M87an2Miy-146" value="">
          <mxGeometry relative="1" as="geometry" />
        </mxCell>
        <mxCell id="In8fDh9ZLN2M87an2Miy-144" parent="1" style="whiteSpace=wrap;html=1;" value="Trigger CGW" vertex="1">
-           <mxGeometry height="60" width="120" x="2985" y="1990" as="geometry" />
+           <mxGeometry height="60" width="120" x="4014.5" y="2262.5" as="geometry" />
        </mxCell>
        <mxCell id="In8fDh9ZLN2M87an2Miy-148" edge="1" parent="1" source="In8fDh9ZLN2M87an2Miy-146" style="edgeStyle=orthogonalEdgeStyle;rounded=0;orthogonalLoop=1;jettySize=auto;html=1;entryX=0.5;entryY=1;entryDx=0;entryDy=0;" target="In8fDh9ZLN2M87an2Miy-113">
          <mxGeometry relative="1" as="geometry" />
        </mxCell>
        <mxCell id="In8fDh9ZLN2M87an2Miy-150" edge="1" parent="1" source="In8fDh9ZLN2M87an2Miy-146" style="edgeStyle=orthogonalEdgeStyle;rounded=0;orthogonalLoop=1;jettySize=auto;html=1;" target="In8fDh9ZLN2M87an2Miy-149" value="">
          <mxGeometry relative="1" as="geometry" />
        </mxCell>
        <mxCell id="In8fDh9ZLN2M87an2Miy-146" parent="1" style="rhombus;whiteSpace=wrap;html=1;" value="200" vertex="1">
-           <mxGeometry height="80" width="80" x="3205" y="1980" as="geometry" />
+           <mxGeometry height="80" width="80" x="4234.5" y="2252.5" as="geometry" />
        </mxCell>
        <mxCell id="In8fDh9ZLN2M87an2Miy-149" parent="1" style="whiteSpace=wrap;html=1;" value="next_retry_at = now + 5min" vertex="1">
-           <mxGeometry height="60" width="155" x="3167.5" y="2130" as="geometry" />
+           <mxGeometry height="60" width="155" x="4197" y="2402.5" as="geometry" />
        </mxCell>
        <mxCell id="In8fDh9ZLN2M87an2Miy-154" edge="1" parent="1" source="In8fDh9ZLN2M87an2Miy-152" style="edgeStyle=orthogonalEdgeStyle;rounded=0;orthogonalLoop=1;jettySize=auto;html=1;entryX=0;entryY=0.5;entryDx=0;entryDy=0;" target="In8fDh9ZLN2M87an2Miy-153">
          <mxGeometry relative="1" as="geometry" />
        </mxCell>
-         <mxCell id="In8fDh9ZLN2M87an2Miy-152" parent="1" style="rhombus;whiteSpace=wrap;html=1;" value="Polaris&lt;br&gt;/loan/&lt;span style=&quot;color: rgb(33, 33, 33); font-family: Inter, system-ui, -apple-system, &amp;quot;system-ui&amp;quot;, &amp;quot;Segoe UI&amp;quot;, Roboto, Oxygen, Ubuntu, Cantarell, &amp;quot;Fira Sans&amp;quot;, &amp;quot;Droid Sans&amp;quot;, Helvetica, Arial, sans-serif; text-align: left; white-space: pre-wrap; background-color: rgb(255, 255, 255);&quot;&gt;getAccountDetail&lt;/span&gt;&lt;br&gt;loan_limits.held_amount &amp;lt;= polaris.available_amount" vertex="1">
-           <mxGeometry height="190" width="230" x="950" y="550" as="geometry" />
+         <mxCell id="In8fDh9ZLN2M87an2Miy-176" edge="1" parent="1" source="In8fDh9ZLN2M87an2Miy-152" style="edgeStyle=orthogonalEdgeStyle;rounded=0;orthogonalLoop=1;jettySize=auto;html=1;" target="In8fDh9ZLN2M87an2Miy-175" value="">
+           <mxGeometry relative="1" as="geometry" />
+         </mxCell>
+         <mxCell id="In8fDh9ZLN2M87an2Miy-152" parent="1" style="rhombus;whiteSpace=wrap;html=1;" value="Polaris&lt;br&gt;/loan/&lt;span style=&quot;color: rgb(33, 33, 33); font-family: Inter, system-ui, -apple-system, &amp;quot;system-ui&amp;quot;, &amp;quot;Segoe UI&amp;quot;, Roboto, Oxygen, Ubuntu, Cantarell, &amp;quot;Fira Sans&amp;quot;, &amp;quot;Droid Sans&amp;quot;, Helvetica, Arial, sans-serif; text-align: left; white-space: pre-wrap; background-color: rgb(255, 255, 255);&quot;&gt;getAccountDetail&lt;/span&gt;&lt;br&gt;loan_application.amount &amp;lt;= polaris.available_amount" vertex="1">
+           <mxGeometry height="190" width="230" x="1332.5" y="840" as="geometry" />
        </mxCell>
        <mxCell id="In8fDh9ZLN2M87an2Miy-158" edge="1" parent="1" source="In8fDh9ZLN2M87an2Miy-153" style="edgeStyle=orthogonalEdgeStyle;rounded=0;orthogonalLoop=1;jettySize=auto;html=1;entryX=0;entryY=0.5;entryDx=0;entryDy=0;" target="In8fDh9ZLN2M87an2Miy-157">
          <mxGeometry relative="1" as="geometry" />
        </mxCell>
        <mxCell id="In8fDh9ZLN2M87an2Miy-153" parent="1" style="whiteSpace=wrap;html=1;" value="Polaris /loan/&lt;span style=&quot;color: rgb(33, 33, 33); font-family: Inter, system-ui, -apple-system, &amp;quot;system-ui&amp;quot;, &amp;quot;Segoe UI&amp;quot;, Roboto, Oxygen, Ubuntu, Cantarell, &amp;quot;Fira Sans&amp;quot;, &amp;quot;Droid Sans&amp;quot;, Helvetica, Arial, sans-serif; text-align: left; white-space: pre-wrap; background-color: rgb(255, 255, 255);&quot;&gt;grantLoanNonCash&lt;br/&gt;+ CGW trigger&lt;/span&gt;" vertex="1">
-           <mxGeometry height="60" width="170" x="1270.63" y="615" as="geometry" />
-         </mxCell>
-         <mxCell id="In8fDh9ZLN2M87an2Miy-160" edge="1" parent="1" source="In8fDh9ZLN2M87an2Miy-157" style="edgeStyle=orthogonalEdgeStyle;rounded=0;orthogonalLoop=1;jettySize=auto;html=1;entryX=0.5;entryY=0;entryDx=0;entryDy=0;" target="In8fDh9ZLN2M87an2Miy-12">
+           <mxGeometry height="60" width="170" x="1640.63" y="905" as="geometry" />
+         </mxCell>
+         <mxCell id="In8fDh9ZLN2M87an2Miy-177" edge="1" parent="1" source="In8fDh9ZLN2M87an2Miy-157" style="edgeStyle=orthogonalEdgeStyle;rounded=0;orthogonalLoop=1;jettySize=auto;html=1;entryX=0;entryY=0.5;entryDx=0;entryDy=0;" target="In8fDh9ZLN2M87an2Miy-105">
          <mxGeometry relative="1" as="geometry">
            <Array as="points">
-               <mxPoint x="1560" y="860" />
-               <mxPoint x="1060" y="860" />
+               <mxPoint x="1930" y="1207" />
            </Array>
-           </mxGeometry>
-         </mxCell>
-         <mxCell id="In8fDh9ZLN2M87an2Miy-171" connectable="0" parent="In8fDh9ZLN2M87an2Miy-160" style="edgeLabel;html=1;align=center;verticalAlign=middle;resizable=0;points=[];" value="next_retry_at = now + 5 min" vertex="1">
-           <mxGeometry relative="1" x="-0.7745" y="-3" as="geometry">
-             <mxPoint as="offset" />
+             <mxPoint x="2339.5" y="1207.5" as="targetPoint" />
          </mxGeometry>
        </mxCell>
        <mxCell id="In8fDh9ZLN2M87an2Miy-157" parent="1" style="rhombus;whiteSpace=wrap;html=1;" value="200" vertex="1">
-           <mxGeometry height="80" width="80" x="1520" y="605" as="geometry" />
+           <mxGeometry height="80" width="80" x="1890" y="895" as="geometry" />
        </mxCell>
        <mxCell id="In8fDh9ZLN2M87an2Miy-164" edge="1" parent="1" source="In8fDh9ZLN2M87an2Miy-161" style="edgeStyle=orthogonalEdgeStyle;rounded=0;orthogonalLoop=1;jettySize=auto;html=1;" target="In8fDh9ZLN2M87an2Miy-162" value="">
          <mxGeometry relative="1" as="geometry" />
        </mxCell>
        <mxCell id="In8fDh9ZLN2M87an2Miy-161" parent="1" style="rounded=0;whiteSpace=wrap;html=1;" value="loan account row lock" vertex="1">
          <mxGeometry height="60" width="145" x="420" y="905" as="geometry" />
        </mxCell>
-         <mxCell id="In8fDh9ZLN2M87an2Miy-165" edge="1" parent="1" source="In8fDh9ZLN2M87an2Miy-162" style="edgeStyle=orthogonalEdgeStyle;rounded=0;orthogonalLoop=1;jettySize=auto;html=1;entryX=0;entryY=0.5;entryDx=0;entryDy=0;" target="In8fDh9ZLN2M87an2Miy-152">
+         <mxCell id="In8fDh9ZLN2M87an2Miy-165" edge="1" parent="1" source="In8fDh9ZLN2M87an2Miy-162" style="edgeStyle=orthogonalEdgeStyle;rounded=0;orthogonalLoop=1;jettySize=auto;html=1;" target="In8fDh9ZLN2M87an2Miy-12">
          <mxGeometry relative="1" as="geometry" />
        </mxCell>
        <mxCell id="In8fDh9ZLN2M87an2Miy-162" parent="1" style="rounded=0;whiteSpace=wrap;html=1;" value="&lt;span style=&quot;font-weight: 700; text-align: left;&quot;&gt;ROWLOCK - loan_limits.held_amount += amount&lt;/span&gt;" vertex="1">
          <mxGeometry height="60" width="215" x="650" y="905" as="geometry" />
        </mxCell>
        <mxCell id="In8fDh9ZLN2M87an2Miy-166" parent="1" style="swimlane;fontStyle=0;childLayout=stackLayout;horizontal=1;startSize=30;horizontalStack=0;resizeParent=1;resizeParentMax=0;resizeLast=0;collapsible=1;marginBottom=0;whiteSpace=wrap;html=1;" value="Loan issued" vertex="1">
-           <mxGeometry height="120" width="210" x="1740" y="620" as="geometry" />
+           <mxGeometry height="120" width="210" x="2110" y="910" as="geometry" />
        </mxCell>
        <mxCell id="In8fDh9ZLN2M87an2Miy-167" parent="In8fDh9ZLN2M87an2Miy-166" style="text;strokeColor=none;fillColor=none;align=left;verticalAlign=middle;spacingLeft=4;spacingRight=4;overflow=hidden;points=[[0,0.5],[1,0.5]];portConstraint=eastwest;rotatable=0;whiteSpace=wrap;html=1;" value="loan_application = approved" vertex="1">
          <mxGeometry height="30" width="210" y="30" as="geometry" />
        </mxCell>
        <mxCell id="In8fDh9ZLN2M87an2Miy-168" parent="In8fDh9ZLN2M87an2Miy-166" style="text;strokeColor=none;fillColor=none;align=left;verticalAlign=middle;spacingLeft=4;spacingRight=4;overflow=hidden;points=[[0,0.5],[1,0.5]];portConstraint=eastwest;rotatable=0;whiteSpace=wrap;html=1;" value="create loan" vertex="1">
          <mxGeometry height="30" width="210" y="60" as="geometry" />
        </mxCell>
        <mxCell id="In8fDh9ZLN2M87an2Miy-169" parent="In8fDh9ZLN2M87an2Miy-166" style="text;strokeColor=none;fillColor=none;align=left;verticalAlign=middle;spacingLeft=4;spacingRight=4;overflow=hidden;points=[[0,0.5],[1,0.5]];portConstraint=eastwest;rotatable=0;whiteSpace=wrap;html=1;" value="release lock" vertex="1">
          <mxGeometry height="30" width="210" y="90" as="geometry" />
        </mxCell>
        <mxCell id="In8fDh9ZLN2M87an2Miy-170" edge="1" parent="1" source="In8fDh9ZLN2M87an2Miy-157" style="edgeStyle=orthogonalEdgeStyle;rounded=0;orthogonalLoop=1;jettySize=auto;html=1;entryX=0.003;entryY=0.156;entryDx=0;entryDy=0;entryPerimeter=0;" target="In8fDh9ZLN2M87an2Miy-166">
          <mxGeometry relative="1" as="geometry" />
+         </mxCell>
+         <mxCell id="In8fDh9ZLN2M87an2Miy-174" parent="1" style="text;html=1;whiteSpace=wrap;strokeColor=none;fillColor=none;align=center;verticalAlign=middle;rounded=0;" value="&lt;div style=&quot;background-color:#ffffff;color:#080808&quot;&gt;&lt;pre style=&quot;font-family:&#39;JetBrains Mono&#39;,monospace;font-size:9.8pt;&quot;&gt;&lt;span style=&quot;color:#9e880d;&quot;&gt;@Transactional&lt;/span&gt;(propagation = &lt;span style=&quot;color:#000000;&quot;&gt;Propagation&lt;/span&gt;.&lt;span style=&quot;color:#871094;font-style:italic;&quot;&gt;REQUIRES_NEW&lt;/span&gt;)&lt;/pre&gt;&lt;/div&gt;" vertex="1">
+           <mxGeometry height="30" width="240" x="730" y="790" as="geometry" />
+         </mxCell>
+         <mxCell id="In8fDh9ZLN2M87an2Miy-175" parent="1" style="whiteSpace=wrap;html=1;" value="Rollback, return error" vertex="1">
+           <mxGeometry height="60" width="132.5" x="1381.25" y="1075" as="geometry" />
        </mxCell>
      </root>
    </mxGraphModel>
  </diagram>
</mxfile>
